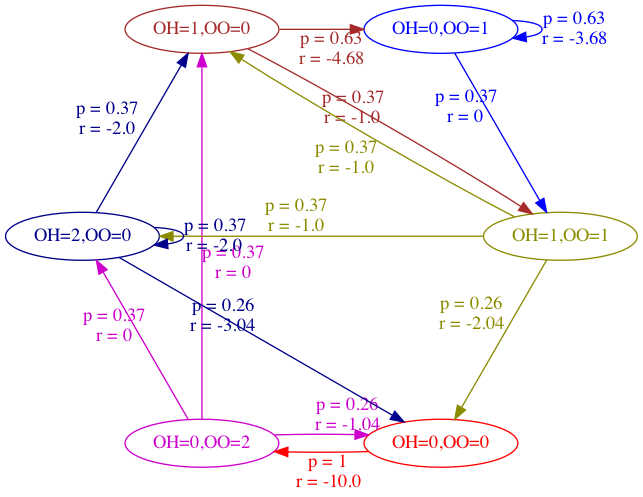
Above: chapter2/simple_inv_mrp.png in TikhonJelvis/RL-book (Graphviz), before the change. Its source is kept beside it as chapter2/simple_inv_mrp.gv.
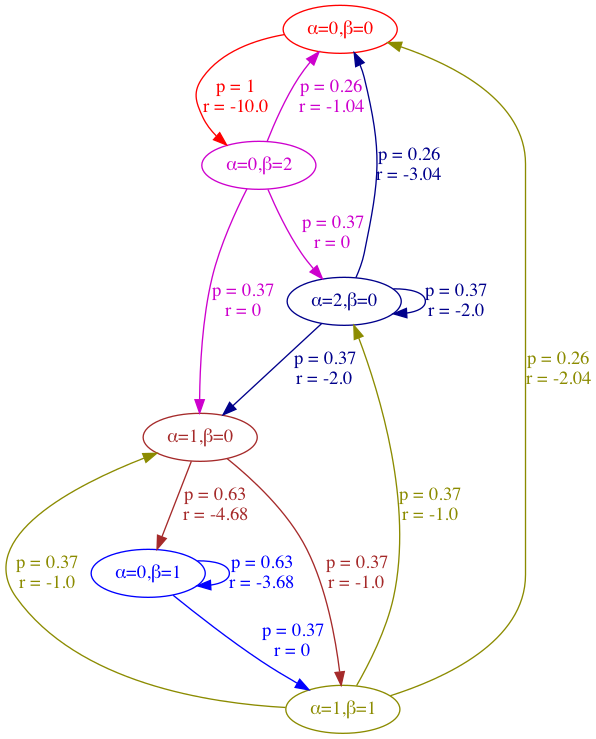
The same diagram one commit later.

The edit, as a diff of the source:
```diff
@@ -1,21 +1,20 @@
-digraph simple_inventory
+digraph simple_inventory_mrp
 {
   /*
   Sequence of events in a day:
-  1: Observe State (On-hand, On-Order) denoted as (OH, OO)
-  2: Take Action (denoted as O): Order max(2 - (OO+OH), 0) units
+  1: Observe State (On-hand, On-Order) denoted as (alpha, beta)
+  2: Take Action: Order max(2 - (alpha + beta), 0) units
   3: Record Reward as negative of holding cost of 1 per unit of on-hand inventory
   4: Received order quantity that was placed the previous day
   5: Experience poisson random demand with poisson mean = 1.0
   6: Record Reward as negative of stockout cost of 10 per unit of missed sale from demand
   */
-  layout="circo"
-  A [label="OH=0,OO=0", color=Red, fontcolor=Red]
-  B [label="OH=0,OO=1", color=Blue, fontcolor=Blue]
-  C [label="OH=0,OO=2", color=magenta3, fontcolor=magenta3]
-  D [label="OH=1,OO=0", color=Brown, fontcolor=Brown]
-  E [label="OH=1,OO=1", color=yellow4, fontcolor=yellow4]
-  F [label="OH=2,OO=0", color=blue4, fontcolor=blue4]
+  A [label="&alpha;=0,&beta;=0", color=Red, fontcolor=Red]
+  B [label="&alpha;=0,&beta;=1", color=Blue, fontcolor=Blue]
+  C [label="&alpha;=0,&beta;=2", color=magenta3, fontcolor=magenta3]
+  D [label="&alpha;=1,&beta;=0", color=Brown, fontcolor=Brown]
+  E [label="&alpha;=1,&beta;=1", color=yellow4, fontcolor=yellow4]
+  F [label="&alpha;=2,&beta;=0", color=blue4, fontcolor=blue4]
 
   A->C [label="p = 1\nr = -10.0", color=Red, fontcolor=Red]
 
```
